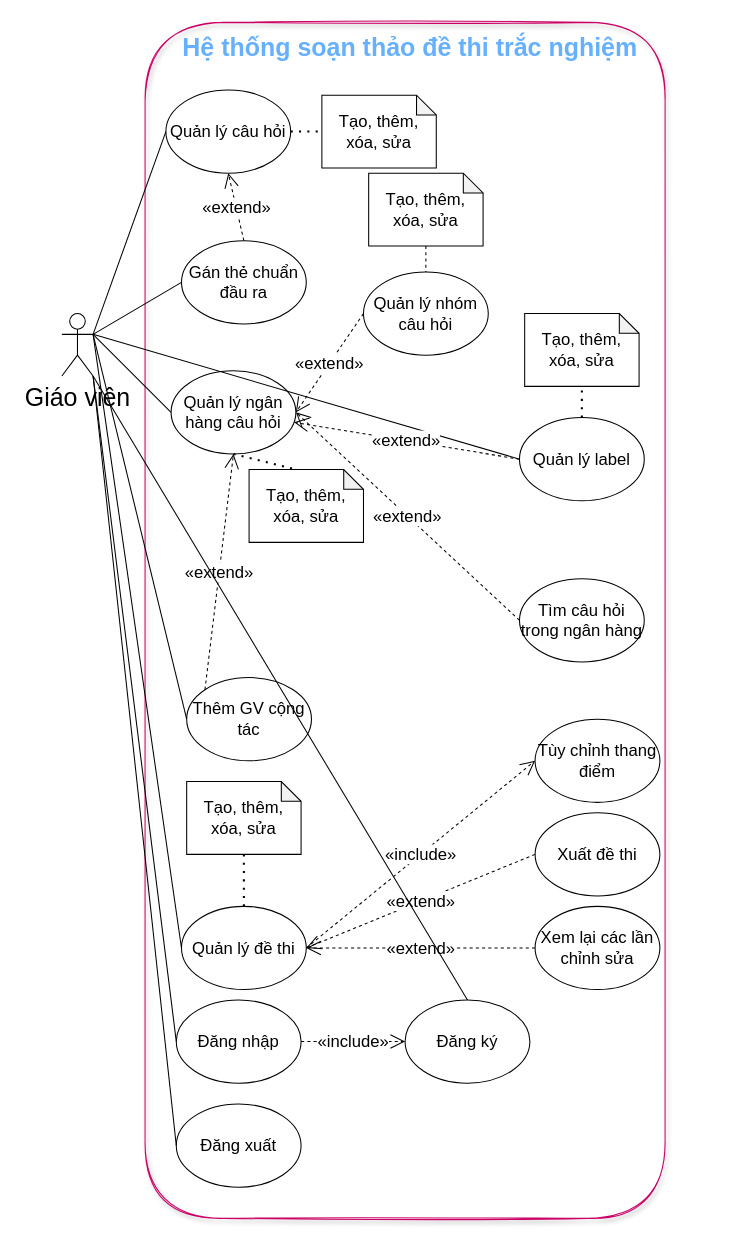
Earlier version of the draw.io diagram usecasediagram.drawio (VDT1805/ChallengeCreator). Source tidied: cells renumbered, new cells numbered last; positions are measured from the earlier drawing's top-left corner, leaving out a move shared by most shapes. Both pictures are drawn from the tidied source at 104%, with x=0, y=0 at pixel (61, 22).
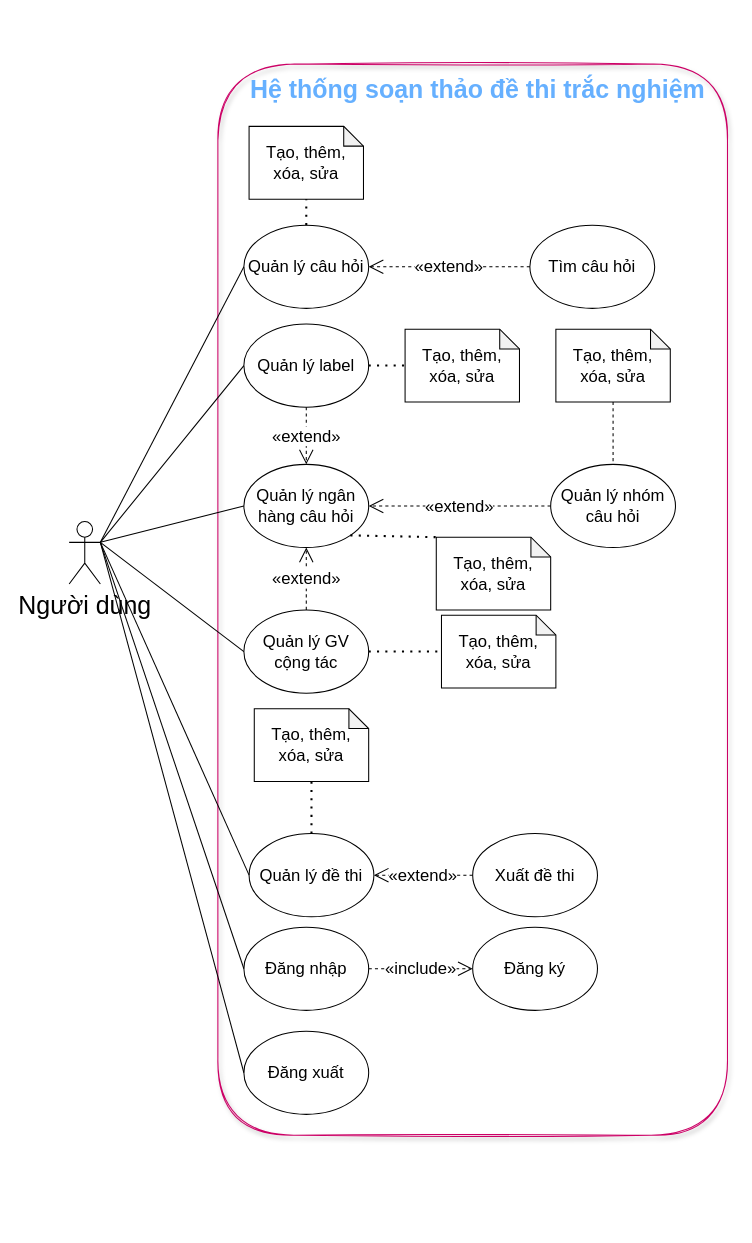
After the change.

What changed in the source:
```diff
@@
     <mxCell id="2" style="rounded=1;whiteSpace=wrap;html=1;fontSize=24;direction=south;fillColor=none;fontColor=#ffffff;strokeColor=#CC0066;shadow=1;glass=0;sketch=1;gradientDirection=east;" parent="1" vertex="1">
-      <mxGeometry x="80" width="500" height="1150" as="geometry" />
+      <mxGeometry x="150" y="40" width="490" height="1030" as="geometry" />
     </mxCell>
     <mxCell id="3" value="&lt;font color=&quot;#66b0ff&quot; style=&quot;font-size: 24px&quot;&gt;Hệ thống soạn thảo đề thi trắc nghiệm&lt;/font&gt;" style="text;html=1;align=center;verticalAlign=middle;whiteSpace=wrap;rounded=0;fontStyle=1;fontColor=#66FF66;" parent="1" vertex="1">
-      <mxGeometry x="110" y="10" width="450" height="30" as="geometry" />
+      <mxGeometry x="175" y="50" width="450" height="30" as="geometry" />
     </mxCell>
-    <mxCell id="4" value="Giáo viên" style="shape=umlActor;verticalLabelPosition=bottom;verticalAlign=top;html=1;outlineConnect=0;fontSize=24;" parent="1" vertex="1">
-      <mxGeometry y="280" width="30" height="60" as="geometry" />
+    <mxCell id="4" value="Người dùng" style="shape=umlActor;verticalLabelPosition=bottom;verticalAlign=top;html=1;outlineConnect=0;fontSize=24;" parent="1" vertex="1">
+      <mxGeometry x="7" y="480" width="30" height="60" as="geometry" />
     </mxCell>
     <mxCell id="5" value="Quản lý câu hỏi" style="ellipse;whiteSpace=wrap;html=1;fontSize=16;" parent="1" vertex="1">
-      <mxGeometry x="100" y="65" width="120" height="80" as="geometry" />
+      <mxGeometry x="175" y="195" width="120" height="80" as="geometry" />
     </mxCell>
     <mxCell id="6" value="Tạo, thêm, xóa, sửa" style="shape=note;whiteSpace=wrap;html=1;backgroundOutline=1;darkOpacity=0.05;fontSize=16;size=19;" parent="1" vertex="1">
-      <mxGeometry x="250" y="70" width="110" height="70" as="geometry" />
+      <mxGeometry x="180" y="100" width="110" height="70" as="geometry" />
     </mxCell>
-    <mxCell id="7" style="endArrow=none;dashed=1;html=1;dashPattern=1 3;strokeWidth=2;fontSize=16;exitX=1;exitY=0.5;exitDx=0;exitDy=0;entryX=0;entryY=0.5;entryDx=0;entryDy=0;entryPerimeter=0;" parent="1" edge="1" source="5" target="6">
+    <mxCell id="7" style="endArrow=none;dashed=1;html=1;dashPattern=1 3;strokeWidth=2;fontSize=16;exitX=0.5;exitY=0;exitDx=0;exitDy=0;entryX=0.5;entryY=1;entryDx=0;entryDy=0;entryPerimeter=0;" parent="1" edge="1" source="5" target="6">
       <mxGeometry relative="1" as="geometry" />
     </mxCell>
     <mxCell id="8" value="Quản lý ngân hàng câu hỏi" style="ellipse;whiteSpace=wrap;html=1;fontSize=16;" parent="1" vertex="1">
-      <mxGeometry x="105" y="335" width="120" height="80" as="geometry" />
+      <mxGeometry x="175" y="425" width="120" height="80" as="geometry" />
     </mxCell>
     <mxCell id="9" value="Tạo, thêm, xóa, sửa" style="shape=note;whiteSpace=wrap;html=1;backgroundOutline=1;darkOpacity=0.05;fontSize=16;size=19;" parent="1" vertex="1">
-      <mxGeometry x="180" y="430" width="110" height="70" as="geometry" />
+      <mxGeometry x="360" y="495" width="110" height="70" as="geometry" />
     </mxCell>
-    <mxCell id="10" style="endArrow=none;dashed=1;html=1;dashPattern=1 3;strokeWidth=2;fontSize=16;exitX=0.5;exitY=1;exitDx=0;exitDy=0;entryX=0;entryY=0;entryDx=45.5;entryDy=0;entryPerimeter=0;" parent="1" edge="1" source="8" target="9">
+    <mxCell id="10" style="endArrow=none;dashed=1;html=1;dashPattern=1 3;strokeWidth=2;fontSize=16;entryX=0;entryY=0;entryDx=0;entryDy=0;entryPerimeter=0;exitX=1;exitY=1;exitDx=0;exitDy=0;" parent="1" edge="1" source="8" target="9">
       <mxGeometry relative="1" as="geometry" />
     </mxCell>
-    <mxCell id="11" value="&lt;div style=&quot;text-align: left;&quot;&gt;«extend»&lt;/div&gt;" style="endArrow=open;endSize=12;dashed=1;html=1;fontSize=16;exitX=0;exitY=0;exitDx=0;exitDy=0;entryX=0.5;entryY=1;entryDx=0;entryDy=0;" parent="1" edge="1" source="12" target="8">
+    <mxCell id="11" value="&lt;div style=&quot;text-align: left;&quot;&gt;«extend»&lt;/div&gt;" style="endArrow=open;endSize=12;dashed=1;html=1;fontSize=16;exitX=0.5;exitY=0;exitDx=0;exitDy=0;entryX=0.5;entryY=1;entryDx=0;entryDy=0;" parent="1" edge="1" source="12" target="8">
       <mxGeometry relative="1" as="geometry" />
     </mxCell>
-    <mxCell id="12" value="Thêm GV cộng tác" style="ellipse;whiteSpace=wrap;html=1;fontSize=16;" parent="1" vertex="1">
-      <mxGeometry x="120" y="630" width="120" height="80" as="geometry" />
+    <mxCell id="12" value="Quản lý GV cộng tác" style="ellipse;whiteSpace=wrap;html=1;fontSize=16;" parent="1" vertex="1">
+      <mxGeometry x="175" y="565" width="120" height="80" as="geometry" />
     </mxCell>
@@
     <mxCell id="16" value="Quản lý đề thi" style="ellipse;whiteSpace=wrap;html=1;fontSize=16;" parent="1" vertex="1">
-      <mxGeometry x="115" y="850" width="120" height="80" as="geometry" />
+      <mxGeometry x="180" y="780" width="120" height="80" as="geometry" />
     </mxCell>
     <mxCell id="17" value="Tạo, thêm, xóa, sửa" style="shape=note;whiteSpace=wrap;html=1;backgroundOutline=1;darkOpacity=0.05;fontSize=16;size=19;" parent="1" vertex="1">
-      <mxGeometry x="120" y="730" width="110" height="70" as="geometry" />
+      <mxGeometry x="185" y="660" width="110" height="70" as="geometry" />
     </mxCell>
@@
-    <mxCell id="19" value="&lt;div style=&quot;text-align: left;&quot;&gt;«include»&lt;/div&gt;" style="endArrow=open;endSize=12;dashed=1;html=1;fontSize=16;exitX=1;exitY=0.5;exitDx=0;exitDy=0;entryX=0;entryY=0.5;entryDx=0;entryDy=0;" parent="1" edge="1" source="16" target="20">
-      <mxGeometry relative="1" as="geometry" />
-    </mxCell>
-    <mxCell id="20" value="Tùy chỉnh thang điểm" style="ellipse;whiteSpace=wrap;html=1;fontSize=16;" parent="1" vertex="1">
-      <mxGeometry x="455" y="670" width="120" height="80" as="geometry" />
-    </mxCell>
@@
     <mxCell id="22" value="Xuất đề thi" style="ellipse;whiteSpace=wrap;html=1;fontSize=16;" parent="1" vertex="1">
-      <mxGeometry x="455" y="760" width="120" height="80" as="geometry" />
+      <mxGeometry x="395" y="780" width="120" height="80" as="geometry" />
     </mxCell>
@@
-    <mxCell id="24" value="Xem lại các lần chỉnh sửa" style="ellipse;whiteSpace=wrap;html=1;fontSize=16;" parent="1" vertex="1">
-      <mxGeometry x="455" y="850" width="120" height="80" as="geometry" />
-    </mxCell>
-    <mxCell id="25" value="«extend»" style="endArrow=open;endSize=12;dashed=1;html=1;fontSize=16;exitX=0;exitY=0.5;exitDx=0;exitDy=0;entryX=1;entryY=0.5;entryDx=0;entryDy=0;" parent="1" edge="1" source="24" target="16">
-      <mxGeometry relative="1" as="geometry" />
-    </mxCell>
     <mxCell id="26" value="Quản lý label" style="ellipse;whiteSpace=wrap;html=1;fontSize=16;" parent="1" vertex="1">
-      <mxGeometry x="440" y="380" width="120" height="80" as="geometry" />
+      <mxGeometry x="175" y="290" width="120" height="80" as="geometry" />
     </mxCell>
     <mxCell id="27" value="Tạo, thêm, xóa, sửa" style="shape=note;whiteSpace=wrap;html=1;backgroundOutline=1;darkOpacity=0.05;fontSize=16;size=19;" parent="1" vertex="1">
-      <mxGeometry x="445" y="280" width="110" height="70" as="geometry" />
+      <mxGeometry x="330" y="295" width="110" height="70" as="geometry" />
     </mxCell>
-    <mxCell id="28" style="endArrow=none;dashed=1;html=1;dashPattern=1 3;strokeWidth=2;fontSize=16;exitX=0.5;exitY=0;exitDx=0;exitDy=0;entryX=0.5;entryY=1;entryDx=0;entryDy=0;entryPerimeter=0;" parent="1" edge="1" source="26" target="27">
+    <mxCell id="28" style="endArrow=none;dashed=1;html=1;dashPattern=1 3;strokeWidth=2;fontSize=16;exitX=1;exitY=0.5;exitDx=0;exitDy=0;entryX=0;entryY=0.5;entryDx=0;entryDy=0;entryPerimeter=0;" parent="1" edge="1" source="26" target="27">
       <mxGeometry relative="1" as="geometry" />
     </mxCell>
-    <mxCell id="29" value="«extend»" style="endArrow=open;endSize=12;dashed=1;html=1;fontSize=16;entryX=0.5;entryY=1;entryDx=0;entryDy=0;exitX=0.5;exitY=0;exitDx=0;exitDy=0;" parent="1" edge="1" source="30" target="5">
-      <mxGeometry relative="1" as="geometry" />
-    </mxCell>
-    <mxCell id="30" value="Gán thẻ chuẩn đầu ra" style="ellipse;whiteSpace=wrap;html=1;fontSize=16;" parent="1" vertex="1">
-      <mxGeometry x="115" y="210" width="120" height="80" as="geometry" />
-    </mxCell>
-    <mxCell id="31" style="endArrow=none;html=1;fontSize=16;entryX=0;entryY=0.5;entryDx=0;entryDy=0;" parent="1" edge="1" target="26">
-      <mxGeometry relative="1" as="geometry">
-        <mxPoint x="30" y="300" as="sourcePoint" />
-      </mxGeometry>
+    <mxCell id="31" style="endArrow=none;html=1;fontSize=16;entryX=0;entryY=0.5;entryDx=0;entryDy=0;exitX=1;exitY=0.3333333333333333;exitDx=0;exitDy=0;exitPerimeter=0;" parent="1" edge="1" source="4" target="26">
+      <mxGeometry relative="1" as="geometry" />
     </mxCell>
-    <mxCell id="32" style="endArrow=none;html=1;fontSize=16;exitX=1;exitY=0.3333333333333333;exitDx=0;exitDy=0;exitPerimeter=0;entryX=0;entryY=0.5;entryDx=0;entryDy=0;" parent="1" edge="1" source="4" target="30">
-      <mxGeometry relative="1" as="geometry" />
-    </mxCell>
-    <mxCell id="33" value="Tìm câu hỏi trong ngân hàng" style="ellipse;whiteSpace=wrap;html=1;fontSize=16;" parent="1" vertex="1">
-      <mxGeometry x="440" y="535" width="120" height="80" as="geometry" />
+    <mxCell id="33" value="Tìm câu hỏi" style="ellipse;whiteSpace=wrap;html=1;fontSize=16;" parent="1" vertex="1">
+      <mxGeometry x="450" y="195" width="120" height="80" as="geometry" />
     </mxCell>
-    <mxCell id="34" value="«extend»" style="endArrow=open;endSize=12;dashed=1;html=1;fontSize=16;exitX=0;exitY=0.5;exitDx=0;exitDy=0;entryX=1;entryY=0.5;entryDx=0;entryDy=0;" parent="1" edge="1" source="33" target="8">
+    <mxCell id="34" value="«extend»" style="endArrow=open;endSize=12;dashed=1;html=1;fontSize=16;exitX=0;exitY=0.5;exitDx=0;exitDy=0;entryX=1;entryY=0.5;entryDx=0;entryDy=0;" parent="1" edge="1" source="33" target="5">
       <mxGeometry relative="1" as="geometry" />
     </mxCell>
     <mxCell id="35" value="Đăng nhập" style="ellipse;whiteSpace=wrap;html=1;fontSize=16;" parent="1" vertex="1">
-      <mxGeometry x="110" y="940" width="120" height="80" as="geometry" />
+      <mxGeometry x="175" y="870" width="120" height="80" as="geometry" />
     </mxCell>
     <mxCell id="36" value="Đăng ký" style="ellipse;whiteSpace=wrap;html=1;fontSize=16;" parent="1" vertex="1">
-      <mxGeometry x="330" y="940" width="120" height="80" as="geometry" />
+      <mxGeometry x="395" y="870" width="120" height="80" as="geometry" />
     </mxCell>
@@
-    <mxCell id="38" style="endArrow=none;html=1;fontSize=16;entryX=0.5;entryY=0;entryDx=0;entryDy=0;exitX=1;exitY=1;exitDx=0;exitDy=0;exitPerimeter=0;" parent="1" edge="1" source="4" target="36">
-      <mxGeometry relative="1" as="geometry" />
-    </mxCell>
-    <mxCell id="39" style="endArrow=none;html=1;fontSize=16;entryX=0;entryY=0.5;entryDx=0;entryDy=0;exitX=1;exitY=1;exitDx=0;exitDy=0;exitPerimeter=0;" parent="1" edge="1" source="4" target="35">
+    <mxCell id="39" style="endArrow=none;html=1;fontSize=16;entryX=0;entryY=0.5;entryDx=0;entryDy=0;exitX=1;exitY=0.3333333333333333;exitDx=0;exitDy=0;exitPerimeter=0;" parent="1" edge="1" source="4" target="35">
       <mxGeometry relative="1" as="geometry" />
     </mxCell>
     <mxCell id="40" value="Đăng xuất" style="ellipse;whiteSpace=wrap;html=1;fontSize=16;" parent="1" vertex="1">
-      <mxGeometry x="110" y="1040" width="120" height="80" as="geometry" />
+      <mxGeometry x="175" y="970" width="120" height="80" as="geometry" />
     </mxCell>
-    <mxCell id="41" value="«extend»" style="endArrow=open;endSize=12;dashed=1;html=1;fontSize=16;exitX=0;exitY=0.5;exitDx=0;exitDy=0;" parent="1" edge="1" source="26" target="8">
+    <mxCell id="41" value="«extend»" style="endArrow=open;endSize=12;dashed=1;html=1;fontSize=16;exitX=0.5;exitY=1;exitDx=0;exitDy=0;" parent="1" edge="1" source="26" target="8">
       <mxGeometry relative="1" as="geometry" />
     </mxCell>
-    <mxCell id="42" style="endArrow=none;html=1;fontColor=#66b0ff;entryX=0;entryY=0.5;entryDx=0;entryDy=0;exitX=1;exitY=1;exitDx=0;exitDy=0;exitPerimeter=0;" parent="1" edge="1" source="4" target="40">
+    <mxCell id="42" style="endArrow=none;html=1;fontColor=#66b0ff;entryX=0;entryY=0.5;entryDx=0;entryDy=0;exitX=1;exitY=0.3333333333333333;exitDx=0;exitDy=0;exitPerimeter=0;" parent="1" edge="1" source="4" target="40">
       <mxGeometry relative="1" as="geometry" />
     </mxCell>
     <mxCell id="43" value="Quản lý nhóm câu hỏi" style="ellipse;whiteSpace=wrap;html=1;fontSize=16;" parent="1" vertex="1">
-      <mxGeometry x="290" y="240" width="120" height="80" as="geometry" />
+      <mxGeometry x="470" y="425" width="120" height="80" as="geometry" />
     </mxCell>
@@
     <mxCell id="45" value="Tạo, thêm, xóa, sửa" style="shape=note;whiteSpace=wrap;html=1;backgroundOutline=1;darkOpacity=0.05;fontSize=16;size=19;" parent="1" vertex="1">
-      <mxGeometry x="295" y="145" width="110" height="70" as="geometry" />
+      <mxGeometry x="475" y="295" width="110" height="70" as="geometry" />
     </mxCell>
@@
+    <mxCell id="47" value="Tạo, thêm, xóa, sửa" style="shape=note;whiteSpace=wrap;html=1;backgroundOutline=1;darkOpacity=0.05;fontSize=16;size=19;" parent="1" vertex="1">
+      <mxGeometry x="365" y="570" width="110" height="70" as="geometry" />
+    </mxCell>
+    <mxCell id="48" style="endArrow=none;dashed=1;html=1;dashPattern=1 3;strokeWidth=2;fontSize=16;exitX=1;exitY=0.5;exitDx=0;exitDy=0;entryX=0;entryY=0.5;entryDx=0;entryDy=0;entryPerimeter=0;" parent="1" edge="1" source="12" target="47">
+      <mxGeometry relative="1" as="geometry" />
+    </mxCell>
```
